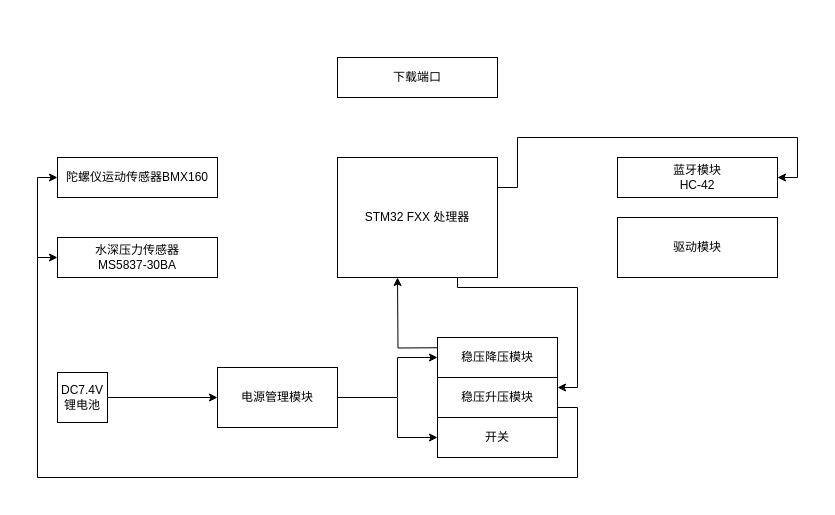
This is control2.drawio from chiguaren3/drawio_project, a draw.io file, before an edit. Source tidied: cells renumbered, new cells numbered last; positions are measured from the earlier drawing's top-left corner, leaving out a move shared by most shapes. Both pictures are drawn from the tidied source at 100%, with x=0, y=0 at pixel (37, 57).
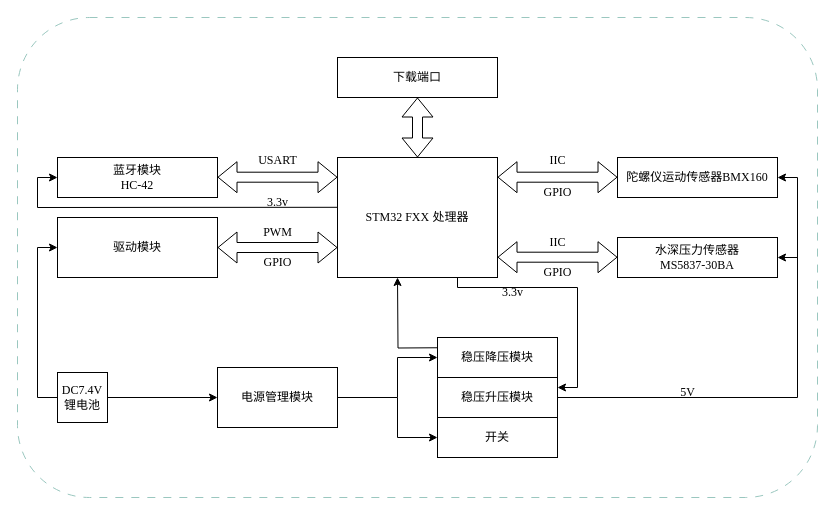
After the change.

Unchanged cells that the change refers to:
```xml
<mxCell id="9" value="下载端口" style="rounded=0;whiteSpace=wrap;html=1;" parent="1" vertex="1">
  <mxGeometry x="300" width="160" height="40" as="geometry" />
</mxCell>
<mxCell id="12" value="稳压升压模块" style="rounded=0;whiteSpace=wrap;html=1;" parent="1" vertex="1">
  <mxGeometry x="400" y="320" width="120" height="40" as="geometry" />
</mxCell>
```

What changed in the source:
```diff
@@
-    <mxCell id="2" style="edgeStyle=orthogonalEdgeStyle;rounded=0;jettySize=auto;html=1;exitX=1;exitY=0.25;exitDx=0;exitDy=0;entryX=1;entryY=0.5;entryDx=0;entryDy=0;" parent="1" edge="1" source="4" target="8">
-      <mxGeometry relative="1" as="geometry">
-        <Array as="points">
-          <mxPoint x="480" y="130" />
-          <mxPoint x="480" y="80" />
-          <mxPoint x="760" y="80" />
-          <mxPoint x="760" y="120" />
-        </Array>
-      </mxGeometry>
-    </mxCell>
+    <mxCell id="22" style="rounded=1;whiteSpace=wrap;html=1;dashed=1;dashPattern=8 8;strokeColor=#9AC7BF;" parent="1" vertex="1">
+      <mxGeometry x="-20" y="-40" width="800" height="480" as="geometry" />
+    </mxCell>
@@
-    <mxCell id="4" value="STM32 FXX 处理器" style="rounded=0;whiteSpace=wrap;html=1;" parent="1" vertex="1">
+    <mxCell id="4" value="&lt;font face=&quot;Times New Roman&quot;&gt;STM32 FXX&lt;/font&gt; 处理器" style="rounded=0;whiteSpace=wrap;html=1;" parent="1" vertex="1">
       <mxGeometry x="300" y="100" width="160" height="120" as="geometry" />
     </mxCell>
-    <mxCell id="5" value="陀螺仪运动传感器&lt;span style=&quot;background-color: transparent; color: light-dark(rgb(0, 0, 0), rgb(255, 255, 255));&quot;&gt;BMX160&lt;/span&gt;" style="rounded=0;whiteSpace=wrap;html=1;" parent="1" vertex="1">
-      <mxGeometry x="20" y="100" width="160" height="40" as="geometry" />
+    <mxCell id="5" value="陀螺仪运动传感器&lt;span style=&quot;background-color: transparent; color: light-dark(rgb(0, 0, 0), rgb(255, 255, 255));&quot;&gt;&lt;font face=&quot;Times New Roman&quot;&gt;BMX160&lt;/font&gt;&lt;/span&gt;" style="rounded=0;whiteSpace=wrap;html=1;" parent="1" vertex="1">
+      <mxGeometry x="580" y="100" width="160" height="40" as="geometry" />
     </mxCell>
     <mxCell id="6" value="驱动模块" style="rounded=0;whiteSpace=wrap;html=1;" parent="1" vertex="1">
-      <mxGeometry x="580" y="160" width="160" height="60" as="geometry" />
+      <mxGeometry x="20" y="160" width="160" height="60" as="geometry" />
     </mxCell>
-    <mxCell id="7" value="水深压力传感器&lt;div&gt;MS5837-30BA&lt;/div&gt;" style="rounded=0;whiteSpace=wrap;html=1;" parent="1" vertex="1">
-      <mxGeometry x="20" y="180" width="160" height="40" as="geometry" />
+    <mxCell id="7" value="水深压力传感器&lt;div&gt;&lt;font face=&quot;Times New Roman&quot;&gt;MS5837-30BA&lt;/font&gt;&lt;/div&gt;" style="rounded=0;whiteSpace=wrap;html=1;" parent="1" vertex="1">
+      <mxGeometry x="580" y="180" width="160" height="40" as="geometry" />
     </mxCell>
-    <mxCell id="8" value="蓝牙模块&lt;div&gt;HC-42&lt;/div&gt;" style="rounded=0;whiteSpace=wrap;html=1;" parent="1" vertex="1">
-      <mxGeometry x="580" y="100" width="160" height="40" as="geometry" />
+    <mxCell id="8" value="蓝牙模块&lt;div&gt;&lt;font face=&quot;Times New Roman&quot;&gt;HC-42&lt;/font&gt;&lt;/div&gt;" style="rounded=0;whiteSpace=wrap;html=1;" parent="1" vertex="1">
+      <mxGeometry x="20" y="100" width="160" height="40" as="geometry" />
     </mxCell>
@@
-    <mxCell id="11" style="edgeStyle=orthogonalEdgeStyle;rounded=0;jettySize=auto;html=1;exitX=1;exitY=0.75;exitDx=0;exitDy=0;entryX=0;entryY=0.5;entryDx=0;entryDy=0;" parent="1" edge="1" source="12" target="5">
-      <mxGeometry relative="1" as="geometry">
-        <Array as="points">
-          <mxPoint x="540" y="350" />
-          <mxPoint x="540" y="420" />
-          <mxPoint y="420" />
-          <mxPoint y="120" />
-        </Array>
-      </mxGeometry>
+    <mxCell id="11" style="edgeStyle=orthogonalEdgeStyle;rounded=0;jettySize=auto;html=1;exitX=1;exitY=0.5;exitDx=0;exitDy=0;entryX=1;entryY=0.5;entryDx=0;entryDy=0;" parent="1" edge="1" source="12" target="5">
+      <mxGeometry relative="1" as="geometry" />
     </mxCell>
@@
+    <mxCell id="23" style="edgeStyle=orthogonalEdgeStyle;rounded=0;jettySize=auto;html=1;exitX=0;exitY=0.5;exitDx=0;exitDy=0;entryX=0;entryY=0.5;entryDx=0;entryDy=0;" parent="1" edge="1" source="17" target="6">
+      <mxGeometry relative="1" as="geometry" />
+    </mxCell>
-    <mxCell id="17" value="DC7.4V&lt;div&gt;锂电池&lt;/div&gt;" style="rounded=0;whiteSpace=wrap;html=1;" parent="1" vertex="1">
+    <mxCell id="17" value="&lt;font face=&quot;Times New Roman&quot;&gt;DC7.4V&lt;/font&gt;&lt;div&gt;锂电池&lt;/div&gt;" style="rounded=0;whiteSpace=wrap;html=1;" parent="1" vertex="1">
       <mxGeometry x="20" y="315" width="50" height="50" as="geometry" />
     </mxCell>
@@
-    <mxCell id="21" style="endArrow=classic;html=1;rounded=0;entryX=0;entryY=0.5;entryDx=0;entryDy=0;" parent="1" edge="1" target="7">
-      <mxGeometry relative="1" as="geometry">
-        <mxPoint y="200" as="sourcePoint" />
-      </mxGeometry>
-    </mxCell>
+    <mxCell id="24" style="shape=flexArrow;endArrow=classic;startArrow=classic;html=1;rounded=0;entryX=0;entryY=0.75;entryDx=0;entryDy=0;exitX=1;exitY=0.5;exitDx=0;exitDy=0;" parent="1" edge="1" source="6" target="4">
+      <mxGeometry relative="1" as="geometry" />
+    </mxCell>
+    <mxCell id="25" style="shape=flexArrow;endArrow=classic;startArrow=classic;html=1;rounded=0;entryX=0;entryY=0.75;entryDx=0;entryDy=0;exitX=1;exitY=0.5;exitDx=0;exitDy=0;" parent="1" edge="1">
+      <mxGeometry relative="1" as="geometry">
+        <mxPoint x="180" y="119.7" as="sourcePoint" />
+        <mxPoint x="300" y="119.7" as="targetPoint" />
+      </mxGeometry>
+    </mxCell>
+    <mxCell id="2" style="endArrow=classic;html=1;rounded=0;exitX=-0.001;exitY=0.415;exitDx=0;exitDy=0;exitPerimeter=0;entryX=0;entryY=0.5;entryDx=0;entryDy=0;" parent="1" edge="1" source="4" target="8">
+      <mxGeometry relative="1" as="geometry">
+        <Array as="points">
+          <mxPoint y="150" />
+          <mxPoint y="120" />
+        </Array>
+      </mxGeometry>
+    </mxCell>
+    <mxCell id="26" style="shape=flexArrow;endArrow=classic;startArrow=classic;html=1;rounded=0;entryX=0;entryY=0.75;entryDx=0;entryDy=0;exitX=1;exitY=0.5;exitDx=0;exitDy=0;" parent="1" edge="1">
+      <mxGeometry relative="1" as="geometry">
+        <mxPoint x="460" y="119.7" as="sourcePoint" />
+        <mxPoint x="580" y="119.7" as="targetPoint" />
+      </mxGeometry>
+    </mxCell>
+    <mxCell id="27" style="endArrow=classic;html=1;rounded=0;entryX=1;entryY=0.5;entryDx=0;entryDy=0;" parent="1" edge="1" target="7">
+      <mxGeometry relative="1" as="geometry">
+        <mxPoint x="760" y="200" as="sourcePoint" />
+      </mxGeometry>
+    </mxCell>
+    <mxCell id="28" style="shape=flexArrow;endArrow=classic;startArrow=classic;html=1;rounded=0;entryX=0;entryY=0.75;entryDx=0;entryDy=0;exitX=1;exitY=0.5;exitDx=0;exitDy=0;" parent="1" edge="1">
+      <mxGeometry relative="1" as="geometry">
+        <mxPoint x="460" y="199.7" as="sourcePoint" />
+        <mxPoint x="580" y="199.7" as="targetPoint" />
+      </mxGeometry>
+    </mxCell>
+    <mxCell id="29" style="shape=flexArrow;endArrow=classic;startArrow=classic;html=1;rounded=0;exitX=0.5;exitY=0;exitDx=0;exitDy=0;" parent="1" edge="1" source="4" target="9">
+      <mxGeometry relative="1" as="geometry" />
+    </mxCell>
+    <mxCell id="30" value="&lt;font face=&quot;Times New Roman&quot;&gt;USART&lt;/font&gt;" style="text;html=1;align=center;verticalAlign=middle;strokeColor=none;fillColor=none;" parent="1" vertex="1">
+      <mxGeometry x="210" y="88" width="60" height="30" as="geometry" />
+    </mxCell>
+    <mxCell id="31" value="&lt;font face=&quot;Times New Roman&quot;&gt;PWM&lt;/font&gt;" style="text;html=1;align=center;verticalAlign=middle;strokeColor=none;fillColor=none;" parent="1" vertex="1">
+      <mxGeometry x="215" y="160" width="50" height="30" as="geometry" />
+    </mxCell>
+    <mxCell id="32" value="&lt;font face=&quot;Times New Roman&quot;&gt;GPIO&lt;/font&gt;" style="text;html=1;align=center;verticalAlign=middle;strokeColor=none;fillColor=none;" parent="1" vertex="1">
+      <mxGeometry x="215" y="190" width="50" height="30" as="geometry" />
+    </mxCell>
+    <mxCell id="33" value="&lt;font face=&quot;Times New Roman&quot;&gt;IIC&lt;/font&gt;" style="text;html=1;align=center;verticalAlign=middle;strokeColor=none;fillColor=none;" parent="1" vertex="1">
+      <mxGeometry x="500" y="88" width="40" height="30" as="geometry" />
+    </mxCell>
+    <mxCell id="34" value="&lt;font face=&quot;Times New Roman&quot;&gt;IIC&lt;/font&gt;" style="text;html=1;align=center;verticalAlign=middle;strokeColor=none;fillColor=none;" parent="1" vertex="1">
+      <mxGeometry x="500" y="170" width="40" height="30" as="geometry" />
+    </mxCell>
+    <mxCell id="35" value="&lt;font face=&quot;Times New Roman&quot;&gt;GPIO&lt;/font&gt;" style="text;html=1;align=center;verticalAlign=middle;strokeColor=none;fillColor=none;" parent="1" vertex="1">
+      <mxGeometry x="495" y="120" width="50" height="30" as="geometry" />
+    </mxCell>
+    <mxCell id="36" value="&lt;font face=&quot;Times New Roman&quot;&gt;GPIO&lt;/font&gt;" style="text;html=1;align=center;verticalAlign=middle;strokeColor=none;fillColor=none;" parent="1" vertex="1">
+      <mxGeometry x="495" y="200" width="50" height="30" as="geometry" />
+    </mxCell>
+    <mxCell id="37" value="&lt;font face=&quot;Times New Roman&quot;&gt;3.3v&lt;/font&gt;" style="text;html=1;align=center;verticalAlign=middle;strokeColor=none;fillColor=none;" parent="1" vertex="1">
+      <mxGeometry x="455" y="220" width="40" height="30" as="geometry" />
+    </mxCell>
+    <mxCell id="38" value="&lt;font face=&quot;Times New Roman&quot;&gt;5V&lt;/font&gt;" style="text;html=1;align=center;verticalAlign=middle;strokeColor=none;fillColor=none;" parent="1" vertex="1">
+      <mxGeometry x="630" y="320" width="40" height="30" as="geometry" />
+    </mxCell>
+    <mxCell id="39" value="&lt;font face=&quot;Times New Roman&quot;&gt;3.3v&lt;/font&gt;" style="text;html=1;align=center;verticalAlign=middle;strokeColor=none;fillColor=none;" parent="1" vertex="1">
+      <mxGeometry x="220" y="130" width="40" height="30" as="geometry" />
+    </mxCell>
```
